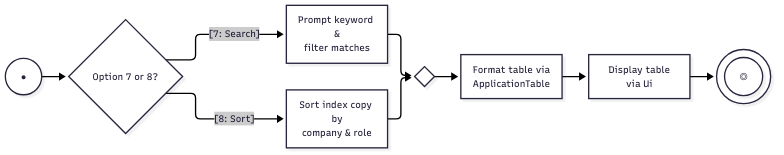
Before: docs/diagrams/search-sort-activity.png, a diagram exported from Mermaid (AY2627S1-CS2113-T10-2/tp). Its source is kept beside it as docs/diagrams/sources/search-sort-activity.mmd.
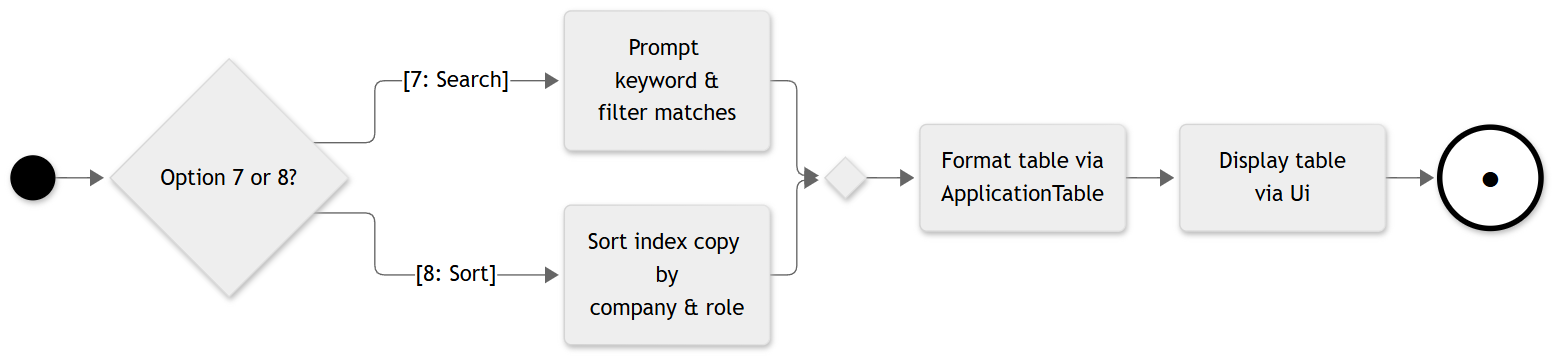
The same diagram one commit later.

Change to the diagram source:
```diff
@@ -1,9 +1,12 @@
+%%{init: {'theme': 'neutral'}}%%
 flowchart LR
-    Start((●)) --> Choice{"Option 7 or 8?"}
-    Choice -->|"[7: Search]"| Prompt["Prompt keyword &<br/>filter matches"]
-    Choice -->|"[8: Sort]"| Sort["Sort index copy by<br/>company & role"]
+    Start(( )):::start --> Choice{"Option 7 or 8?"}
+    Choice -->|"[7: Search]"| Prompt("Prompt keyword &<br/>filter matches")
+    Choice -->|"[8: Sort]"| Sort("Sort index copy by<br/>company & role")
     Prompt --> MergeTable{ }
     Sort --> MergeTable
-    MergeTable --> Table["Format table via<br/>ApplicationTable"]
-    Table --> Display["Display table<br/>via Ui"]
-    Display --> End(((◎)))
+    MergeTable --> Table("Format table via<br/>ApplicationTable")
+    Table --> Display("Display table<br/>via Ui")
+    Display --> End(("●")):::finish
+    classDef start fill:#000,stroke:#000
+    classDef finish fill:#fff,stroke:#000,stroke-width:4px,font-size:26px
```
